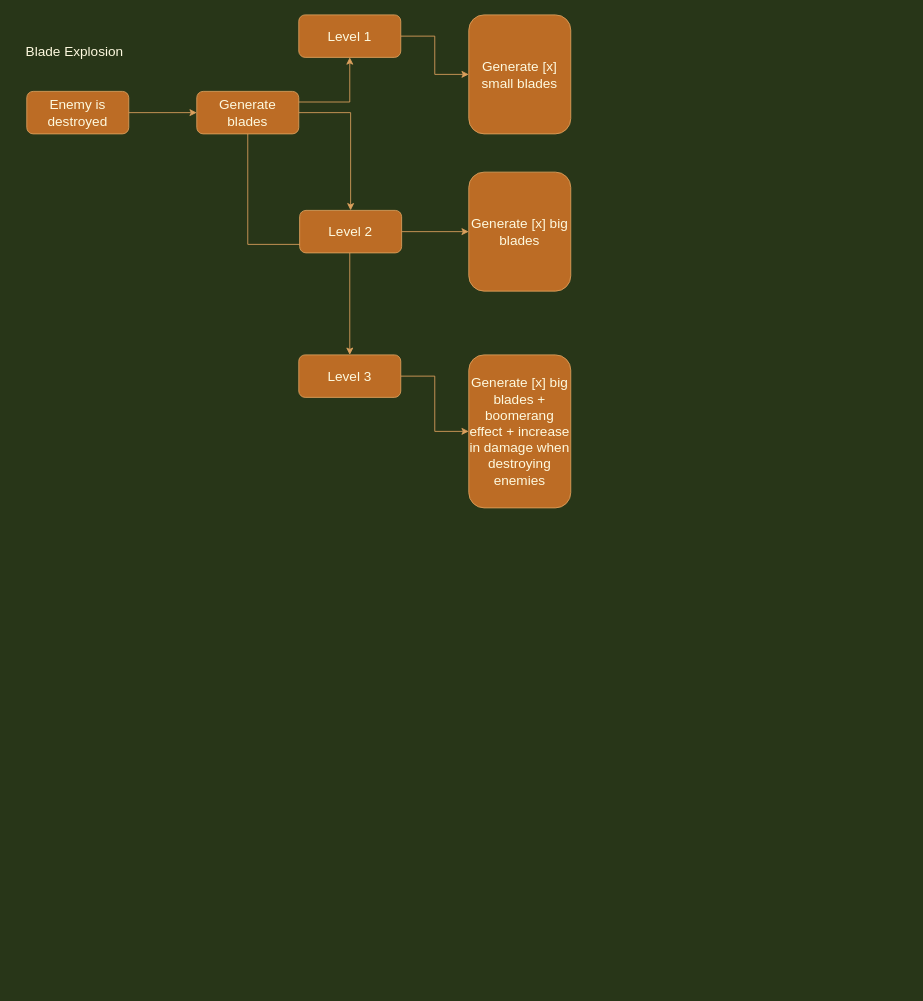
This is page "Skills" (6 of 6) of flow_chart/Flow.drawio from MounirAia/Web-Shoot-em-up, a draw.io file, before an edit. Source tidied: cells renumbered, new cells numbered last; positions are measured from the earlier drawing's top-left corner, leaving out a move shared by most shapes. Both pictures are drawn from the tidied source at 85%, with x=0, y=0 at pixel (14, 14).
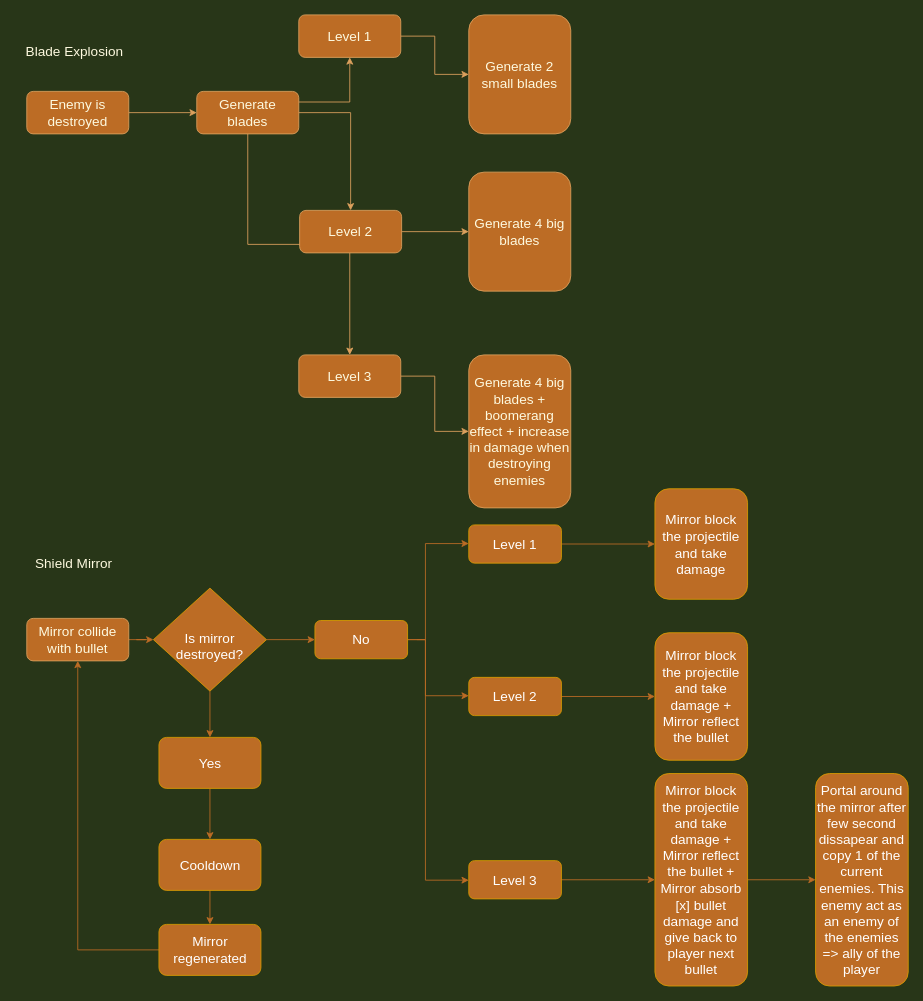
After the change.

Commit message (it also covers changes not shown here):
create flow chart for mirror shield skill

Change to the diagram source:
```diff
@@
-    <mxCell id="11" value="&lt;font style=&quot;font-size: 16px&quot;&gt;Generate [x] small blades&lt;br&gt;&lt;/font&gt;" style="rounded=1;whiteSpace=wrap;html=1;fontSize=12;glass=0;strokeWidth=1;shadow=0;fillColor=#BC6C25;strokeColor=#DDA15E;fontColor=#FEFAE0;" parent="1" vertex="1">
+    <mxCell id="11" value="&lt;font style=&quot;font-size: 16px&quot;&gt;Generate 2 small blades&lt;br&gt;&lt;/font&gt;" style="rounded=1;whiteSpace=wrap;html=1;fontSize=12;glass=0;strokeWidth=1;shadow=0;fillColor=#BC6C25;strokeColor=#DDA15E;fontColor=#FEFAE0;" parent="1" vertex="1">
       <mxGeometry x="534" width="120" height="140" as="geometry" />
     </mxCell>
@@
-    <mxCell id="14" value="&lt;font style=&quot;font-size: 16px&quot;&gt;Generate [x] big blades&lt;br&gt;&lt;/font&gt;" style="rounded=1;whiteSpace=wrap;html=1;fontSize=12;glass=0;strokeWidth=1;shadow=0;fillColor=#BC6C25;strokeColor=#DDA15E;fontColor=#FEFAE0;" parent="1" vertex="1">
+    <mxCell id="14" value="&lt;font style=&quot;font-size: 16px&quot;&gt;Generate 4 big blades&lt;br&gt;&lt;/font&gt;" style="rounded=1;whiteSpace=wrap;html=1;fontSize=12;glass=0;strokeWidth=1;shadow=0;fillColor=#BC6C25;strokeColor=#DDA15E;fontColor=#FEFAE0;" parent="1" vertex="1">
       <mxGeometry x="534" y="185" width="120" height="140" as="geometry" />
     </mxCell>
@@
-    <mxCell id="17" value="&lt;font style=&quot;font-size: 16px&quot;&gt;Generate [x] big blades + boomerang effect + increase in damage when destroying enemies&lt;br&gt;&lt;/font&gt;" style="rounded=1;whiteSpace=wrap;html=1;fontSize=12;glass=0;strokeWidth=1;shadow=0;fillColor=#BC6C25;strokeColor=#DDA15E;fontColor=#FEFAE0;" parent="1" vertex="1">
+    <mxCell id="17" value="&lt;font style=&quot;font-size: 16px&quot;&gt;Generate 4 big blades + boomerang effect + increase in damage when destroying enemies&lt;br&gt;&lt;/font&gt;" style="rounded=1;whiteSpace=wrap;html=1;fontSize=12;glass=0;strokeWidth=1;shadow=0;fillColor=#BC6C25;strokeColor=#DDA15E;fontColor=#FEFAE0;" parent="1" vertex="1">
       <mxGeometry x="534" y="400" width="120" height="180" as="geometry" />
     </mxCell>
+    <mxCell id="18" style="edgeStyle=orthogonalEdgeStyle;rounded=0;jettySize=auto;html=1;fontColor=#FFFFFF;strokeColor=#BC6C25;" parent="1" edge="1" source="19" target="23">
+      <mxGeometry relative="1" as="geometry" />
+    </mxCell>
+    <mxCell id="19" value="&lt;font style=&quot;font-size: 16px&quot;&gt;Mirror collide with bullet&lt;/font&gt;" style="rounded=1;whiteSpace=wrap;html=1;fontSize=12;glass=0;strokeWidth=1;shadow=0;fillColor=#BC6C25;strokeColor=#DDA15E;fontColor=#FEFAE0;" parent="1" vertex="1">
+      <mxGeometry x="14" y="710" width="120" height="50" as="geometry" />
+    </mxCell>
+    <mxCell id="20" value="&lt;span style=&quot;font-size: 16px;&quot;&gt;Shield Mirror&lt;/span&gt;" style="text;html=1;align=center;verticalAlign=middle;strokeColor=none;fillColor=none;fontColor=#FEFAE0;" parent="1" vertex="1">
+      <mxGeometry x="14" y="630" width="110" height="30" as="geometry" />
+    </mxCell>
+    <mxCell id="21" style="edgeStyle=orthogonalEdgeStyle;rounded=0;jettySize=auto;html=1;fontColor=#FFFFFF;strokeColor=#BC6C25;" parent="1" edge="1" source="23" target="27">
+      <mxGeometry relative="1" as="geometry" />
+    </mxCell>
+    <mxCell id="22" style="edgeStyle=orthogonalEdgeStyle;rounded=0;jettySize=auto;html=1;strokeColor=#BC6C25;fontColor=#FFFFFF;" parent="1" edge="1" source="23" target="29">
+      <mxGeometry relative="1" as="geometry" />
+    </mxCell>
+    <mxCell id="23" value="&lt;font color=&quot;#ffffff&quot;&gt;&lt;br&gt;&lt;span style=&quot;font-family: Helvetica; font-size: 16px; font-style: normal; font-variant-ligatures: normal; font-variant-caps: normal; font-weight: 400; letter-spacing: normal; orphans: 2; text-align: center; text-indent: 0px; text-transform: none; widows: 2; word-spacing: 0px; -webkit-text-stroke-width: 0px; text-decoration-thickness: initial; text-decoration-style: initial; text-decoration-color: initial; float: none; display: inline !important;&quot;&gt;Is mirror &lt;br&gt;destroyed?&lt;/span&gt;&lt;br&gt;&lt;/font&gt;" style="rhombus;whiteSpace=wrap;html=1;fillColor=#BC6C25;strokeColor=#D79B00;gradientColor=none;" parent="1" vertex="1">
+      <mxGeometry x="163" y="674.4" width="133" height="121.2" as="geometry" />
+    </mxCell>
+    <mxCell id="24" style="edgeStyle=orthogonalEdgeStyle;rounded=0;jettySize=auto;html=1;strokeColor=#BC6C25;fontColor=#FFFFFF;" parent="1" edge="1" source="27" target="35">
+      <mxGeometry relative="1" as="geometry">
+        <Array as="points">
+          <mxPoint x="483" y="735" />
+          <mxPoint x="483" y="622" />
+        </Array>
+      </mxGeometry>
+    </mxCell>
+    <mxCell id="25" style="edgeStyle=orthogonalEdgeStyle;rounded=0;jettySize=auto;html=1;strokeColor=#BC6C25;fontColor=#FFFFFF;" parent="1" edge="1" target="38">
+      <mxGeometry relative="1" as="geometry">
+        <mxPoint x="473" y="735" as="sourcePoint" />
+        <Array as="points">
+          <mxPoint x="483" y="735" />
+          <mxPoint x="483" y="801" />
+        </Array>
+      </mxGeometry>
+    </mxCell>
+    <mxCell id="26" style="edgeStyle=orthogonalEdgeStyle;rounded=0;jettySize=auto;html=1;strokeColor=#BC6C25;fontColor=#FFFFFF;exitX=1;exitY=0.5;exitDx=0;exitDy=0;" parent="1" edge="1" source="27" target="41">
+      <mxGeometry relative="1" as="geometry">
+        <Array as="points">
+          <mxPoint x="483" y="735" />
+          <mxPoint x="483" y="1018" />
+        </Array>
+      </mxGeometry>
+    </mxCell>
+    <mxCell id="27" value="&lt;font color=&quot;#ffffff&quot;&gt;&lt;span style=&quot;font-size: 16px;&quot;&gt;No&lt;/span&gt;&lt;/font&gt;" style="rounded=1;whiteSpace=wrap;html=1;fillColor=#BC6C25;strokeColor=#D79B00;gradientColor=none;" parent="1" vertex="1">
+      <mxGeometry x="353" y="712.5" width="109" height="45" as="geometry" />
+    </mxCell>
+    <mxCell id="28" style="edgeStyle=orthogonalEdgeStyle;rounded=0;jettySize=auto;html=1;strokeColor=#BC6C25;fontColor=#FFFFFF;" parent="1" edge="1" source="29" target="31">
+      <mxGeometry relative="1" as="geometry" />
+    </mxCell>
+    <mxCell id="29" value="&lt;span style=&quot;color: rgb(255, 255, 255); font-size: 16px;&quot;&gt;Yes&lt;/span&gt;" style="rounded=1;whiteSpace=wrap;html=1;fillColor=#BC6C25;strokeColor=#D79B00;gradientColor=none;" parent="1" vertex="1">
+      <mxGeometry x="169.5" y="850" width="120" height="60" as="geometry" />
+    </mxCell>
+    <mxCell id="30" style="edgeStyle=orthogonalEdgeStyle;rounded=0;jettySize=auto;html=1;strokeColor=#BC6C25;fontColor=#FFFFFF;" parent="1" edge="1" source="31" target="33">
+      <mxGeometry relative="1" as="geometry" />
+    </mxCell>
+    <mxCell id="31" value="&lt;span style=&quot;color: rgb(255, 255, 255); font-size: 16px;&quot;&gt;Cooldown&lt;/span&gt;" style="rounded=1;whiteSpace=wrap;html=1;fillColor=#BC6C25;strokeColor=#D79B00;gradientColor=none;" parent="1" vertex="1">
+      <mxGeometry x="169.5" y="970" width="120" height="60" as="geometry" />
+    </mxCell>
+    <mxCell id="32" style="edgeStyle=orthogonalEdgeStyle;rounded=0;jettySize=auto;html=1;strokeColor=#BC6C25;fontColor=#FFFFFF;entryX=0.5;entryY=1;entryDx=0;entryDy=0;" parent="1" edge="1" source="33" target="19">
+      <mxGeometry relative="1" as="geometry" />
+    </mxCell>
+    <mxCell id="33" value="&lt;span style=&quot;color: rgb(255, 255, 255); font-size: 16px;&quot;&gt;Mirror regenerated&lt;/span&gt;" style="rounded=1;whiteSpace=wrap;html=1;fillColor=#BC6C25;strokeColor=#D79B00;gradientColor=none;" parent="1" vertex="1">
+      <mxGeometry x="169.5" y="1070" width="120" height="60" as="geometry" />
+    </mxCell>
+    <mxCell id="34" style="edgeStyle=orthogonalEdgeStyle;rounded=0;jettySize=auto;html=1;strokeColor=#BC6C25;fontColor=#FFFFFF;" parent="1" edge="1" source="35" target="36">
+      <mxGeometry relative="1" as="geometry" />
+    </mxCell>
+    <mxCell id="35" value="&lt;font color=&quot;#ffffff&quot;&gt;&lt;span style=&quot;font-size: 16px;&quot;&gt;Level 1&lt;/span&gt;&lt;/font&gt;" style="rounded=1;whiteSpace=wrap;html=1;fillColor=#BC6C25;strokeColor=#D79B00;gradientColor=none;" parent="1" vertex="1">
+      <mxGeometry x="534" y="600" width="109" height="45" as="geometry" />
+    </mxCell>
+    <mxCell id="36" value="&lt;font color=&quot;#ffffff&quot;&gt;&lt;span style=&quot;font-size: 16px;&quot;&gt;Mirror block the projectile and take damage&lt;/span&gt;&lt;/font&gt;" style="rounded=1;whiteSpace=wrap;html=1;fillColor=#BC6C25;strokeColor=#D79B00;gradientColor=none;" parent="1" vertex="1">
+      <mxGeometry x="753" y="557.5" width="109" height="130" as="geometry" />
+    </mxCell>
+    <mxCell id="37" style="edgeStyle=orthogonalEdgeStyle;rounded=0;jettySize=auto;html=1;strokeColor=#BC6C25;fontColor=#FFFFFF;" parent="1" edge="1" source="38" target="39">
+      <mxGeometry relative="1" as="geometry" />
+    </mxCell>
+    <mxCell id="38" value="&lt;font color=&quot;#ffffff&quot;&gt;&lt;span style=&quot;font-size: 16px;&quot;&gt;Level 2&lt;br&gt;&lt;/span&gt;&lt;/font&gt;" style="rounded=1;whiteSpace=wrap;html=1;fillColor=#BC6C25;strokeColor=#D79B00;gradientColor=none;" parent="1" vertex="1">
+      <mxGeometry x="534" y="779.4" width="109" height="45" as="geometry" />
+    </mxCell>
+    <mxCell id="39" value="&lt;span style=&quot;color: rgb(255, 255, 255); font-size: 16px;&quot;&gt;Mirror block the projectile and take damage + Mirror reflect the bullet&lt;/span&gt;&lt;font color=&quot;#ffffff&quot;&gt;&lt;span style=&quot;font-size: 16px;&quot;&gt;&lt;br&gt;&lt;/span&gt;&lt;/font&gt;" style="rounded=1;whiteSpace=wrap;html=1;fillColor=#BC6C25;strokeColor=#D79B00;gradientColor=none;" parent="1" vertex="1">
+      <mxGeometry x="753" y="726.9" width="109" height="150" as="geometry" />
+    </mxCell>
+    <mxCell id="40" style="edgeStyle=orthogonalEdgeStyle;rounded=0;jettySize=auto;html=1;strokeColor=#BC6C25;fontColor=#FFFFFF;" parent="1" edge="1" source="41" target="43">
+      <mxGeometry relative="1" as="geometry" />
+    </mxCell>
+    <mxCell id="41" value="&lt;font color=&quot;#ffffff&quot;&gt;&lt;span style=&quot;font-size: 16px;&quot;&gt;Level 3&lt;br&gt;&lt;/span&gt;&lt;/font&gt;" style="rounded=1;whiteSpace=wrap;html=1;fillColor=#BC6C25;strokeColor=#D79B00;gradientColor=none;" parent="1" vertex="1">
+      <mxGeometry x="534" y="995" width="109" height="45" as="geometry" />
+    </mxCell>
+    <mxCell id="42" style="edgeStyle=orthogonalEdgeStyle;rounded=0;jettySize=auto;html=1;strokeColor=#BC6C25;fontColor=#FFFFFF;" parent="1" edge="1" source="43" target="44">
+      <mxGeometry relative="1" as="geometry" />
+    </mxCell>
+    <mxCell id="43" value="&lt;span style=&quot;color: rgb(255, 255, 255); font-size: 16px;&quot;&gt;Mirror block the projectile and take damage + Mirror reflect the bullet + Mirror absorb [x] bullet damage and give back to player next bullet&lt;/span&gt;&lt;font color=&quot;#ffffff&quot;&gt;&lt;span style=&quot;font-size: 16px;&quot;&gt;&lt;br&gt;&lt;/span&gt;&lt;/font&gt;" style="rounded=1;whiteSpace=wrap;html=1;fillColor=#BC6C25;strokeColor=#D79B00;gradientColor=none;" parent="1" vertex="1">
+      <mxGeometry x="753" y="892.5" width="109" height="250" as="geometry" />
+    </mxCell>
+    <mxCell id="44" value="&lt;font color=&quot;#ffffff&quot;&gt;&lt;span style=&quot;font-size: 16px;&quot;&gt;Portal around the mirror after few second dissapear and copy 1 of the current enemies. This enemy act as an enemy of the enemies =&amp;gt; ally of the player&lt;br&gt;&lt;/span&gt;&lt;/font&gt;" style="rounded=1;whiteSpace=wrap;html=1;fillColor=#BC6C25;strokeColor=#D79B00;gradientColor=none;" parent="1" vertex="1">
+      <mxGeometry x="942" y="892.5" width="109" height="250" as="geometry" />
+    </mxCell>
```
